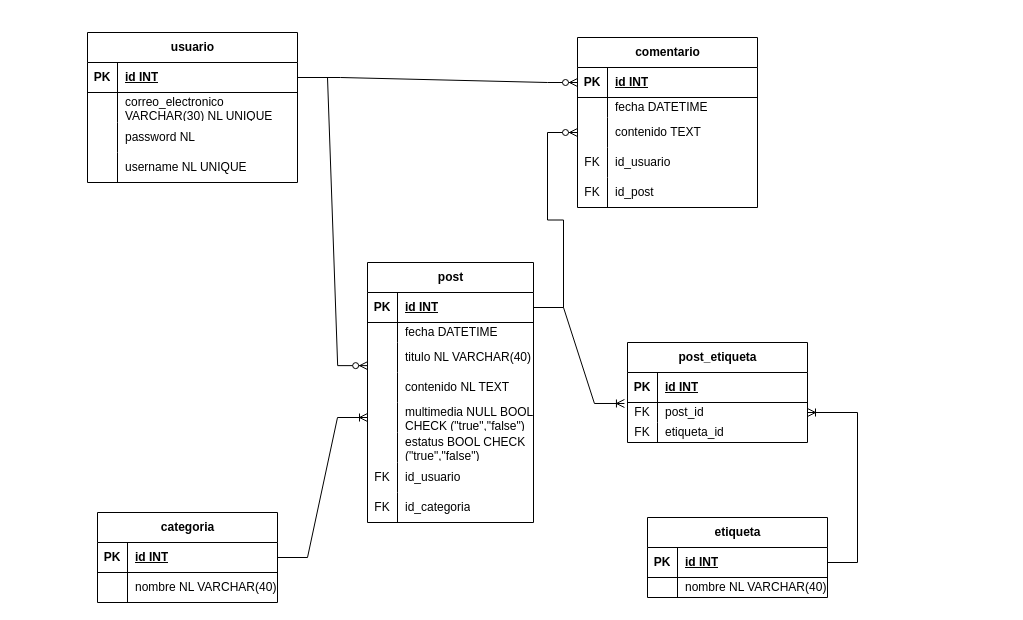
The draw.io diagram blogFisico.drawio in angelumoca21/EDCBaseDatos, before the edit. Source tidied: cells renumbered, new cells numbered last; positions are measured from the earlier drawing's top-left corner, leaving out a move shared by most shapes. Both pictures are drawn from the tidied source at 100%, with x=0, y=0 at pixel (87, 32).
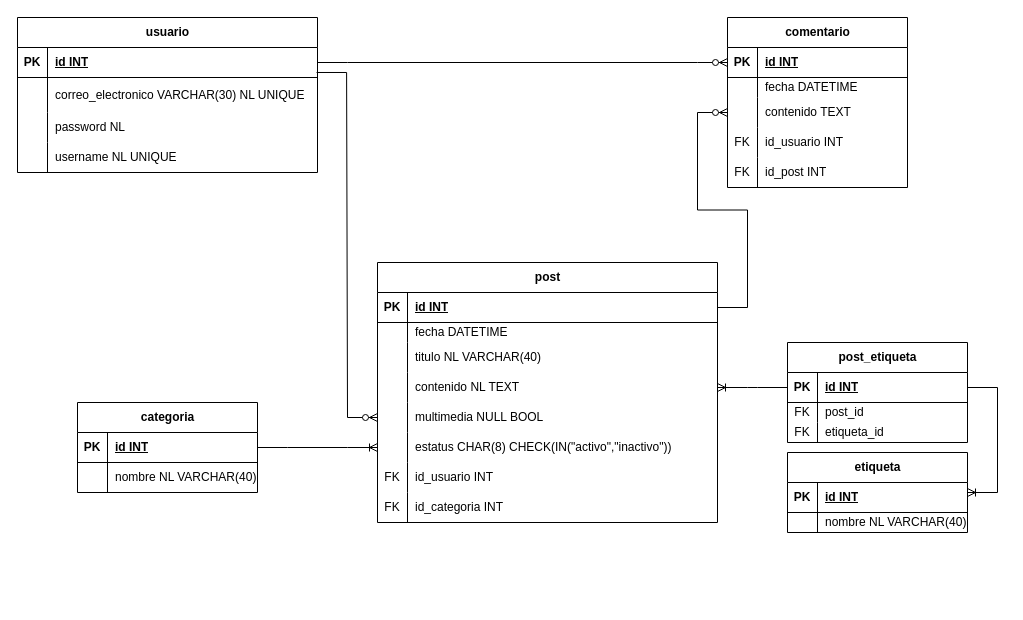
The same diagram, later.

The change refers to these unchanged cells:
```xml
<mxCell id="16" style="shape=tableRow;horizontal=0;startSize=0;swimlaneHead=0;swimlaneBody=0;fillColor=none;points=[[0,0.5],[1,0.5]];portConstraint=eastwest;top=0;left=0;right=0;bottom=1;" parent="15" vertex="1">
  <mxGeometry y="30" width="180" height="30" as="geometry" />
</mxCell>
<mxCell id="22" style="shape=tableRow;horizontal=0;startSize=0;swimlaneHead=0;swimlaneBody=0;fillColor=none;points=[[0,0.5],[1,0.5]];portConstraint=eastwest;top=0;left=0;right=0;bottom=0;" parent="15" vertex="1">
  <mxGeometry y="80" width="180" height="30" as="geometry" />
</mxCell>
<mxCell id="25" style="shape=tableRow;horizontal=0;startSize=0;swimlaneHead=0;swimlaneBody=0;fillColor=none;top=0;left=0;right=0;bottom=0;" parent="15" vertex="1">
  <mxGeometry y="110" width="180" height="30" as="geometry" />
</mxCell>
<mxCell id="28" style="shape=tableRow;horizontal=0;startSize=0;swimlaneHead=0;swimlaneBody=0;fillColor=none;top=0;left=0;right=0;bottom=0;" parent="15" vertex="1">
  <mxGeometry y="140" width="180" height="30" as="geometry" />
</mxCell>
<mxCell id="32" style="shape=tableRow;horizontal=0;startSize=0;swimlaneHead=0;swimlaneBody=0;fillColor=none;points=[[0,0.5],[1,0.5]];portConstraint=eastwest;top=0;left=0;right=0;bottom=1;" parent="31" vertex="1">
  <mxGeometry y="30" width="180" height="30" as="geometry" />
</mxCell>
<mxCell id="75" style="shape=tableRow;horizontal=0;startSize=0;swimlaneHead=0;swimlaneBody=0;fillColor=none;points=[[0,0.5],[1,0.5]];portConstraint=eastwest;top=0;left=0;right=0;bottom=1;" parent="74" vertex="1">
  <mxGeometry y="30" width="180" height="30" as="geometry" />
</mxCell>
<mxCell id="78" style="shape=tableRow;horizontal=0;startSize=0;swimlaneHead=0;swimlaneBody=0;fillColor=none;points=[[0,0.5],[1,0.5]];portConstraint=eastwest;top=0;left=0;right=0;bottom=0;" parent="74" vertex="1">
  <mxGeometry y="60" width="180" height="20" as="geometry" />
</mxCell>
```

The edit, as a diff of the source:
```diff
@@
     <mxCell id="2" value="usuario" style="shape=table;startSize=30;childLayout=tableLayout;rowLines=0;fontStyle=1;align=center;html=1;" parent="1" vertex="1">
-      <mxGeometry width="210" height="150" as="geometry" />
+      <mxGeometry x="-70" y="-15" width="300" height="155" as="geometry" />
     </mxCell>
     <mxCell id="3" style="shape=tableRow;horizontal=0;startSize=0;swimlaneHead=0;swimlaneBody=0;fillColor=none;points=[[0,0.5],[1,0.5]];portConstraint=eastwest;top=0;left=0;right=0;bottom=1;" parent="2" vertex="1">
-      <mxGeometry y="30" width="210" height="30" as="geometry" />
+      <mxGeometry y="30" width="300" height="30" as="geometry" />
     </mxCell>
@@
     <mxCell id="5" value="id INT" style="shape=partialRectangle;fillColor=none;top=0;left=0;bottom=0;right=0;align=left;spacingLeft=6;fontStyle=5;overflow=hidden;whiteSpace=wrap;html=1;" parent="3" vertex="1">
-      <mxGeometry x="30" width="180" height="30" as="geometry" />
+      <mxGeometry x="30" width="270" height="30" as="geometry" />
     </mxCell>
     <mxCell id="6" style="shape=tableRow;horizontal=0;startSize=0;swimlaneHead=0;swimlaneBody=0;fillColor=none;top=0;left=0;right=0;bottom=0;" parent="2" vertex="1">
-      <mxGeometry y="60" width="210" height="30" as="geometry" />
+      <mxGeometry y="60" width="300" height="35" as="geometry" />
     </mxCell>
     <mxCell id="7" style="shape=partialRectangle;fillColor=none;top=0;left=0;bottom=0;right=0;overflow=hidden;whiteSpace=wrap;html=1;" parent="6" vertex="1">
-      <mxGeometry width="30" height="30" as="geometry" />
+      <mxGeometry width="30" height="35" as="geometry" />
     </mxCell>
     <mxCell id="8" value="correo_electronico VARCHAR(30) NL UNIQUE" style="shape=partialRectangle;fillColor=none;top=0;left=0;bottom=0;right=0;align=left;spacingLeft=6;overflow=hidden;whiteSpace=wrap;html=1;" parent="6" vertex="1">
-      <mxGeometry x="30" width="180" height="30" as="geometry" />
+      <mxGeometry x="30" width="270" height="35" as="geometry" />
     </mxCell>
     <mxCell id="9" style="shape=tableRow;horizontal=0;startSize=0;swimlaneHead=0;swimlaneBody=0;fillColor=none;top=0;left=0;right=0;bottom=0;" parent="2" vertex="1">
-      <mxGeometry y="90" width="210" height="30" as="geometry" />
+      <mxGeometry y="95" width="300" height="30" as="geometry" />
     </mxCell>
@@
     <mxCell id="11" value="password NL" style="shape=partialRectangle;fillColor=none;top=0;left=0;bottom=0;right=0;align=left;spacingLeft=6;overflow=hidden;whiteSpace=wrap;html=1;" parent="9" vertex="1">
-      <mxGeometry x="30" width="180" height="30" as="geometry" />
+      <mxGeometry x="30" width="270" height="30" as="geometry" />
     </mxCell>
     <mxCell id="12" style="shape=tableRow;horizontal=0;startSize=0;swimlaneHead=0;swimlaneBody=0;fillColor=none;top=0;left=0;right=0;bottom=0;" parent="2" vertex="1">
-      <mxGeometry y="120" width="210" height="30" as="geometry" />
+      <mxGeometry y="125" width="300" height="30" as="geometry" />
     </mxCell>
@@
     <mxCell id="14" value="username NL UNIQUE" style="shape=partialRectangle;fillColor=none;top=0;left=0;bottom=0;right=0;align=left;spacingLeft=6;overflow=hidden;whiteSpace=wrap;html=1;" parent="12" vertex="1">
-      <mxGeometry x="30" width="180" height="30" as="geometry" />
+      <mxGeometry x="30" width="270" height="30" as="geometry" />
     </mxCell>
     <mxCell id="15" value="comentario" style="shape=table;startSize=30;childLayout=tableLayout;rowLines=0;fontStyle=1;align=center;html=1;" parent="1" vertex="1">
-      <mxGeometry x="490" y="5" width="180" height="170" as="geometry" />
+      <mxGeometry x="640" y="-15" width="180" height="170" as="geometry" />
     </mxCell>
@@
-    <mxCell id="27" value="id_usuario" style="shape=partialRectangle;fillColor=none;top=0;left=0;bottom=0;right=0;align=left;spacingLeft=6;overflow=hidden;whiteSpace=wrap;html=1;" parent="25" vertex="1">
+    <mxCell id="27" value="id_usuario INT" style="shape=partialRectangle;fillColor=none;top=0;left=0;bottom=0;right=0;align=left;spacingLeft=6;overflow=hidden;whiteSpace=wrap;html=1;" parent="25" vertex="1">
       <mxGeometry x="30" width="150" height="30" as="geometry" />
     </mxCell>
@@
-    <mxCell id="30" value="id_post" style="shape=partialRectangle;fillColor=none;top=0;left=0;bottom=0;right=0;align=left;spacingLeft=6;overflow=hidden;whiteSpace=wrap;html=1;" parent="28" vertex="1">
+    <mxCell id="30" value="id_post INT" style="shape=partialRectangle;fillColor=none;top=0;left=0;bottom=0;right=0;align=left;spacingLeft=6;overflow=hidden;whiteSpace=wrap;html=1;" parent="28" vertex="1">
       <mxGeometry x="30" width="150" height="30" as="geometry" />
     </mxCell>
     <mxCell id="31" value="categoria" style="shape=table;startSize=30;childLayout=tableLayout;rowLines=0;fontStyle=1;align=center;html=1;" parent="1" vertex="1">
-      <mxGeometry x="10" y="480" width="180" height="90" as="geometry" />
+      <mxGeometry x="-10" y="370" width="180" height="90" as="geometry" />
     </mxCell>
@@
     <mxCell id="38" value="post" style="shape=table;startSize=30;childLayout=tableLayout;rowLines=0;fontStyle=1;align=center;html=1;" parent="1" vertex="1">
-      <mxGeometry x="280" y="230" width="166" height="260" as="geometry" />
+      <mxGeometry x="290" y="230" width="340" height="260" as="geometry" />
     </mxCell>
     <mxCell id="39" style="shape=tableRow;horizontal=0;startSize=0;swimlaneHead=0;swimlaneBody=0;fillColor=none;points=[[0,0.5],[1,0.5]];portConstraint=eastwest;top=0;left=0;right=0;bottom=1;" parent="38" vertex="1">
-      <mxGeometry y="30" width="166" height="30" as="geometry" />
+      <mxGeometry y="30" width="340" height="30" as="geometry" />
     </mxCell>
@@
     <mxCell id="41" value="id INT" style="shape=partialRectangle;fillColor=none;top=0;left=0;bottom=0;right=0;align=left;spacingLeft=6;fontStyle=5;overflow=hidden;whiteSpace=wrap;html=1;" parent="39" vertex="1">
-      <mxGeometry x="30" width="136" height="30" as="geometry" />
+      <mxGeometry x="30" width="310" height="30" as="geometry" />
     </mxCell>
     <mxCell id="42" style="shape=tableRow;horizontal=0;startSize=0;swimlaneHead=0;swimlaneBody=0;fillColor=none;top=0;left=0;right=0;bottom=0;" parent="38" vertex="1">
-      <mxGeometry y="60" width="166" height="20" as="geometry" />
+      <mxGeometry y="60" width="340" height="20" as="geometry" />
     </mxCell>
@@
     <mxCell id="44" value="fecha DATETIME" style="shape=partialRectangle;fillColor=none;top=0;left=0;bottom=0;right=0;align=left;spacingLeft=6;overflow=hidden;whiteSpace=wrap;html=1;" parent="42" vertex="1">
-      <mxGeometry x="30" width="136" height="20" as="geometry" />
+      <mxGeometry x="30" width="310" height="20" as="geometry" />
     </mxCell>
     <mxCell id="45" style="shape=tableRow;horizontal=0;startSize=0;swimlaneHead=0;swimlaneBody=0;fillColor=none;points=[[0,0.5],[1,0.5]];portConstraint=eastwest;top=0;left=0;right=0;bottom=0;" parent="38" vertex="1">
-      <mxGeometry y="80" width="166" height="30" as="geometry" />
+      <mxGeometry y="80" width="340" height="30" as="geometry" />
     </mxCell>
@@
     <mxCell id="47" value="titulo NL VARCHAR(40)" style="shape=partialRectangle;fillColor=none;top=0;left=0;bottom=0;right=0;align=left;spacingLeft=6;overflow=hidden;whiteSpace=wrap;html=1;" parent="45" vertex="1">
-      <mxGeometry x="30" width="136" height="30" as="geometry" />
+      <mxGeometry x="30" width="310" height="30" as="geometry" />
     </mxCell>
     <mxCell id="48" style="shape=tableRow;horizontal=0;startSize=0;swimlaneHead=0;swimlaneBody=0;fillColor=none;points=[[0,0.5],[1,0.5]];portConstraint=eastwest;top=0;left=0;right=0;bottom=0;" parent="38" vertex="1">
-      <mxGeometry y="110" width="166" height="30" as="geometry" />
+      <mxGeometry y="110" width="340" height="30" as="geometry" />
     </mxCell>
@@
     <mxCell id="50" value="contenido NL TEXT" style="shape=partialRectangle;fillColor=none;top=0;left=0;bottom=0;right=0;align=left;spacingLeft=6;overflow=hidden;whiteSpace=wrap;html=1;" parent="48" vertex="1">
-      <mxGeometry x="30" width="136" height="30" as="geometry" />
+      <mxGeometry x="30" width="310" height="30" as="geometry" />
     </mxCell>
     <mxCell id="51" style="shape=tableRow;horizontal=0;startSize=0;swimlaneHead=0;swimlaneBody=0;fillColor=none;points=[[0,0.5],[1,0.5]];portConstraint=eastwest;top=0;left=0;right=0;bottom=0;" parent="38" vertex="1">
-      <mxGeometry y="140" width="166" height="30" as="geometry" />
+      <mxGeometry y="140" width="340" height="30" as="geometry" />
     </mxCell>
@@
-    <mxCell id="53" value="multimedia NULL BOOL CHECK (&quot;true&quot;,&quot;false&quot;)" style="shape=partialRectangle;fillColor=none;top=0;left=0;bottom=0;right=0;align=left;spacingLeft=6;overflow=hidden;whiteSpace=wrap;html=1;" parent="51" vertex="1">
-      <mxGeometry x="30" width="136" height="30" as="geometry" />
+    <mxCell id="53" value="multimedia NULL BOOL" style="shape=partialRectangle;fillColor=none;top=0;left=0;bottom=0;right=0;align=left;spacingLeft=6;overflow=hidden;whiteSpace=wrap;html=1;" parent="51" vertex="1">
+      <mxGeometry x="30" width="310" height="30" as="geometry" />
     </mxCell>
     <mxCell id="54" style="shape=tableRow;horizontal=0;startSize=0;swimlaneHead=0;swimlaneBody=0;fillColor=none;points=[[0,0.5],[1,0.5]];portConstraint=eastwest;top=0;left=0;right=0;bottom=0;" parent="38" vertex="1">
-      <mxGeometry y="170" width="166" height="30" as="geometry" />
+      <mxGeometry y="170" width="340" height="30" as="geometry" />
     </mxCell>
@@
-    <mxCell id="56" value="estatus BOOL CHECK (&quot;true&quot;,&quot;false&quot;)" style="shape=partialRectangle;fillColor=none;top=0;left=0;bottom=0;right=0;align=left;spacingLeft=6;overflow=hidden;whiteSpace=wrap;html=1;" parent="54" vertex="1">
-      <mxGeometry x="30" width="136" height="30" as="geometry" />
+    <mxCell id="56" value="estatus CHAR(8) CHECK(IN(&quot;activo&quot;,&quot;inactivo&quot;))" style="shape=partialRectangle;fillColor=none;top=0;left=0;bottom=0;right=0;align=left;spacingLeft=6;overflow=hidden;whiteSpace=wrap;html=1;" parent="54" vertex="1">
+      <mxGeometry x="30" width="310" height="30" as="geometry" />
     </mxCell>
     <mxCell id="57" style="shape=tableRow;horizontal=0;startSize=0;swimlaneHead=0;swimlaneBody=0;fillColor=none;top=0;left=0;right=0;bottom=0;" parent="38" vertex="1">
-      <mxGeometry y="200" width="166" height="30" as="geometry" />
+      <mxGeometry y="200" width="340" height="30" as="geometry" />
     </mxCell>
@@
-    <mxCell id="59" value="id_usuario" style="shape=partialRectangle;fillColor=none;top=0;left=0;bottom=0;right=0;align=left;spacingLeft=6;overflow=hidden;whiteSpace=wrap;html=1;" parent="57" vertex="1">
-      <mxGeometry x="30" width="136" height="30" as="geometry" />
+    <mxCell id="59" value="id_usuario INT" style="shape=partialRectangle;fillColor=none;top=0;left=0;bottom=0;right=0;align=left;spacingLeft=6;overflow=hidden;whiteSpace=wrap;html=1;" parent="57" vertex="1">
+      <mxGeometry x="30" width="310" height="30" as="geometry" />
     </mxCell>
     <mxCell id="60" style="shape=tableRow;horizontal=0;startSize=0;swimlaneHead=0;swimlaneBody=0;fillColor=none;top=0;left=0;right=0;bottom=0;" parent="38" vertex="1">
-      <mxGeometry y="230" width="166" height="30" as="geometry" />
+      <mxGeometry y="230" width="340" height="30" as="geometry" />
     </mxCell>
@@
-    <mxCell id="62" value="id_categoria" style="shape=partialRectangle;fillColor=none;top=0;left=0;bottom=0;right=0;align=left;spacingLeft=6;overflow=hidden;whiteSpace=wrap;html=1;" parent="60" vertex="1">
-      <mxGeometry x="30" width="136" height="30" as="geometry" />
+    <mxCell id="62" value="id_categoria INT" style="shape=partialRectangle;fillColor=none;top=0;left=0;bottom=0;right=0;align=left;spacingLeft=6;overflow=hidden;whiteSpace=wrap;html=1;" parent="60" vertex="1">
+      <mxGeometry x="30" width="310" height="30" as="geometry" />
     </mxCell>
     <mxCell id="63" value="etiqueta" style="shape=table;startSize=30;childLayout=tableLayout;rowLines=0;fontStyle=1;align=center;html=1;" parent="1" vertex="1">
-      <mxGeometry x="560" y="485" width="180" height="80" as="geometry" />
+      <mxGeometry x="700" y="420" width="180" height="80" as="geometry" />
     </mxCell>
@@
-    <mxCell id="70" style="edgeStyle=entityRelationEdgeStyle;fontSize=12;html=1;endArrow=ERzeroToMany;endFill=1;rounded=0;exitX=1;exitY=0.5;exitDx=0;exitDy=0;" parent="1" edge="1">
-      <mxGeometry relative="1" as="geometry">
-        <mxPoint x="223" y="45" as="sourcePoint" />
-        <mxPoint x="490" y="50" as="targetPoint" />
-        <Array as="points">
-          <mxPoint x="223" y="60" />
-        </Array>
-      </mxGeometry>
-    </mxCell>
-    <mxCell id="71" style="edgeStyle=entityRelationEdgeStyle;fontSize=12;html=1;endArrow=ERzeroToMany;endFill=1;rounded=0;entryX=0.001;entryY=0.771;entryDx=0;entryDy=0;entryPerimeter=0;exitX=1;exitY=0.5;exitDx=0;exitDy=0;" parent="1" edge="1" source="3" target="45">
-      <mxGeometry relative="1" as="geometry">
-        <Array as="points">
-          <mxPoint x="250" y="50" />
-          <mxPoint x="80" y="320" />
-          <mxPoint x="250" y="190" />
-          <mxPoint x="70" y="320" />
-        </Array>
-      </mxGeometry>
-    </mxCell>
-    <mxCell id="72" style="edgeStyle=entityRelationEdgeStyle;fontSize=12;html=1;endArrow=ERzeroToMany;endFill=1;rounded=0;entryX=0;entryY=0.5;entryDx=0;entryDy=0;exitX=1;exitY=0.5;exitDx=0;exitDy=0;" parent="1" edge="1" source="39" target="22">
-      <mxGeometry relative="1" as="geometry">
-        <Array as="points">
-          <mxPoint x="260" y="60" />
-          <mxPoint x="460" y="210" />
-          <mxPoint x="90" y="330" />
-          <mxPoint x="480" y="140" />
-          <mxPoint x="260" y="200" />
-          <mxPoint x="80" y="330" />
-        </Array>
-      </mxGeometry>
-    </mxCell>
-    <mxCell id="73" style="edgeStyle=entityRelationEdgeStyle;fontSize=12;html=1;endArrow=ERoneToMany;rounded=0;exitX=1;exitY=0.5;exitDx=0;exitDy=0;entryX=0;entryY=0.5;entryDx=0;entryDy=0;" parent="1" edge="1" source="31" target="51">
-      <mxGeometry relative="1" as="geometry" />
-    </mxCell>
     <mxCell id="74" value="post_etiqueta" style="shape=table;startSize=30;childLayout=tableLayout;rowLines=0;fontStyle=1;align=center;html=1;" parent="1" vertex="1">
-      <mxGeometry x="540" y="310" width="180" height="100" as="geometry" />
+      <mxGeometry x="700" y="310" width="180" height="100" as="geometry" />
     </mxCell>
@@
-    <mxCell id="84" style="edgeStyle=entityRelationEdgeStyle;fontSize=12;html=1;endArrow=ERoneToMany;rounded=0;exitX=1;exitY=0.5;exitDx=0;exitDy=0;entryX=-0.017;entryY=1.033;entryDx=0;entryDy=0;entryPerimeter=0;" parent="1" edge="1" source="39" target="75">
-      <mxGeometry relative="1" as="geometry" />
-    </mxCell>
-    <mxCell id="85" style="edgeStyle=entityRelationEdgeStyle;fontSize=12;html=1;endArrow=ERoneToMany;rounded=0;" parent="1" edge="1" target="78">
-      <mxGeometry relative="1" as="geometry">
-        <mxPoint x="740" y="530" as="sourcePoint" />
-      </mxGeometry>
-    </mxCell>
+    <mxCell id="86" style="edgeStyle=entityRelationEdgeStyle;fontSize=12;html=1;endArrow=ERzeroToMany;endFill=1;rounded=0;exitX=0.997;exitY=0.833;exitDx=0;exitDy=0;entryX=0;entryY=0.5;entryDx=0;entryDy=0;exitPerimeter=0;" parent="1" edge="1" source="3" target="51">
+      <mxGeometry relative="1" as="geometry">
+        <Array as="points">
+          <mxPoint x="300" y="120" />
+        </Array>
+      </mxGeometry>
+    </mxCell>
+    <mxCell id="72" style="edgeStyle=entityRelationEdgeStyle;fontSize=12;html=1;endArrow=ERzeroToMany;endFill=1;rounded=0;exitX=1;exitY=0.5;exitDx=0;exitDy=0;entryX=0;entryY=0.5;entryDx=0;entryDy=0;" parent="1" edge="1" source="39" target="22">
+      <mxGeometry relative="1" as="geometry" />
+    </mxCell>
+    <mxCell id="87" style="edgeStyle=entityRelationEdgeStyle;fontSize=12;html=1;endArrow=ERoneToMany;rounded=0;exitX=1;exitY=0.5;exitDx=0;exitDy=0;entryX=0;entryY=0.5;entryDx=0;entryDy=0;" parent="1" edge="1" source="32" target="54">
+      <mxGeometry relative="1" as="geometry" />
+    </mxCell>
+    <mxCell id="88" style="edgeStyle=entityRelationEdgeStyle;fontSize=12;html=1;endArrow=ERzeroToMany;endFill=1;rounded=0;entryX=0;entryY=0.5;entryDx=0;entryDy=0;exitX=1;exitY=0.5;exitDx=0;exitDy=0;" parent="1" edge="1" source="3" target="16">
+      <mxGeometry relative="1" as="geometry" />
+    </mxCell>
+    <mxCell id="89" style="edgeStyle=entityRelationEdgeStyle;fontSize=12;html=1;endArrow=ERoneToMany;rounded=0;entryX=1;entryY=0.5;entryDx=0;entryDy=0;exitX=0;exitY=0.5;exitDx=0;exitDy=0;" parent="1" edge="1" source="75" target="48">
+      <mxGeometry relative="1" as="geometry" />
+    </mxCell>
+    <mxCell id="90" style="edgeStyle=entityRelationEdgeStyle;fontSize=12;html=1;endArrow=ERoneToMany;rounded=0;entryX=1;entryY=0.5;entryDx=0;entryDy=0;exitX=1;exitY=0.5;exitDx=0;exitDy=0;" parent="1" edge="1" source="75" target="63">
+      <mxGeometry relative="1" as="geometry" />
+    </mxCell>
```
